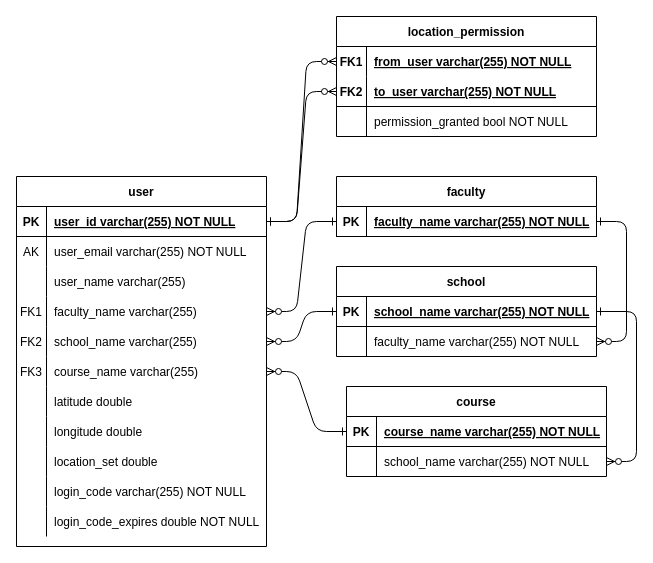
Before: page "Page-1" (1 of 2) of Graduation-Gathering/aws/ERD.drawio in AdamMurray22/Graduation-Gathering, a draw.io diagram. Source tidied: cells renumbered, new cells numbered last; positions are measured from the earlier drawing's top-left corner, leaving out a move shared by most shapes. Both pictures are drawn from the tidied source at 100%, with x=0, y=0 at pixel (16, 16).
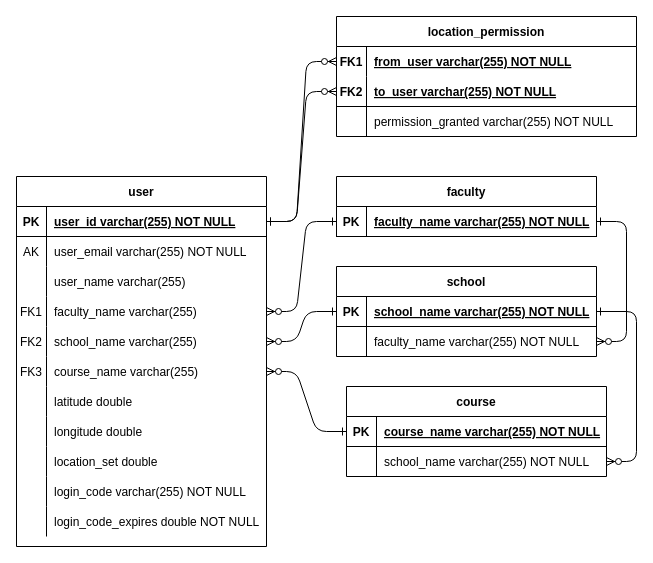
The same page after the edit.

Commit message (it also covers changes not shown here):
Updated location requests in database from being a boolean value to a varChar to act as an enum

What changed in the source:
```diff
@@
     <mxCell id="64" style="group;" parent="1" vertex="1">
-      <mxGeometry x="320" width="260" height="120" as="geometry" />
+      <mxGeometry x="320" width="300" height="120" as="geometry" />
     </mxCell>
     <mxCell id="65" value="location_permission" style="shape=table;startSize=30;childLayout=tableLayout;rowLines=0;fontStyle=1;align=center;" parent="64" vertex="1">
-      <mxGeometry width="260" height="120" as="geometry" />
+      <mxGeometry width="300" height="120" as="geometry" />
     </mxCell>
     <mxCell id="66" style="shape=partialRectangle;fillColor=none;points=[[0,0.5],[1,0.5]];portConstraint=eastwest;top=0;left=0;right=0;bottom=0;" parent="65" vertex="1">
-      <mxGeometry y="30" width="260" height="30" as="geometry" />
+      <mxGeometry y="30" width="300" height="30" as="geometry" />
     </mxCell>
@@
     <mxCell id="68" value="from_user varchar(255) NOT NULL " style="shape=partialRectangle;overflow=hidden;fillColor=none;top=0;left=0;bottom=0;right=0;align=left;spacingLeft=6;strokeColor=default;verticalAlign=middle;fontFamily=Helvetica;fontSize=12;fontColor=default;fontStyle=5;" parent="66" vertex="1">
-      <mxGeometry x="30" width="230" height="30" as="geometry" />
+      <mxGeometry x="30" width="270" height="30" as="geometry" />
     </mxCell>
     <mxCell id="69" style="shape=partialRectangle;fillColor=none;points=[[0,0.5],[1,0.5]];portConstraint=eastwest;top=0;left=0;right=0;bottom=1;" parent="65" vertex="1">
-      <mxGeometry y="60" width="260" height="30" as="geometry" />
+      <mxGeometry y="60" width="300" height="30" as="geometry" />
     </mxCell>
@@
     <mxCell id="71" value="to_user varchar(255) NOT NULL " style="shape=partialRectangle;overflow=hidden;fillColor=none;top=0;left=0;bottom=0;right=0;align=left;spacingLeft=6;fontStyle=5;" parent="69" vertex="1">
-      <mxGeometry x="30" width="230" height="30" as="geometry" />
+      <mxGeometry x="30" width="270" height="30" as="geometry" />
     </mxCell>
     <mxCell id="72" style="shape=partialRectangle;fillColor=none;top=0;left=0;right=0;bottom=0;" parent="65" vertex="1">
-      <mxGeometry y="90" width="260" height="30" as="geometry" />
+      <mxGeometry y="90" width="300" height="30" as="geometry" />
     </mxCell>
@@
-    <mxCell id="74" value="permission_granted bool NOT NULL" style="shape=partialRectangle;overflow=hidden;fillColor=none;top=0;left=0;bottom=0;right=0;align=left;spacingLeft=6;" parent="72" vertex="1">
-      <mxGeometry x="30" width="230" height="30" as="geometry" />
+    <mxCell id="74" value="permission_granted varchar(255) NOT NULL" style="shape=partialRectangle;overflow=hidden;fillColor=none;top=0;left=0;bottom=0;right=0;align=left;spacingLeft=6;" parent="72" vertex="1">
+      <mxGeometry x="30" width="270" height="30" as="geometry" />
     </mxCell>
```
